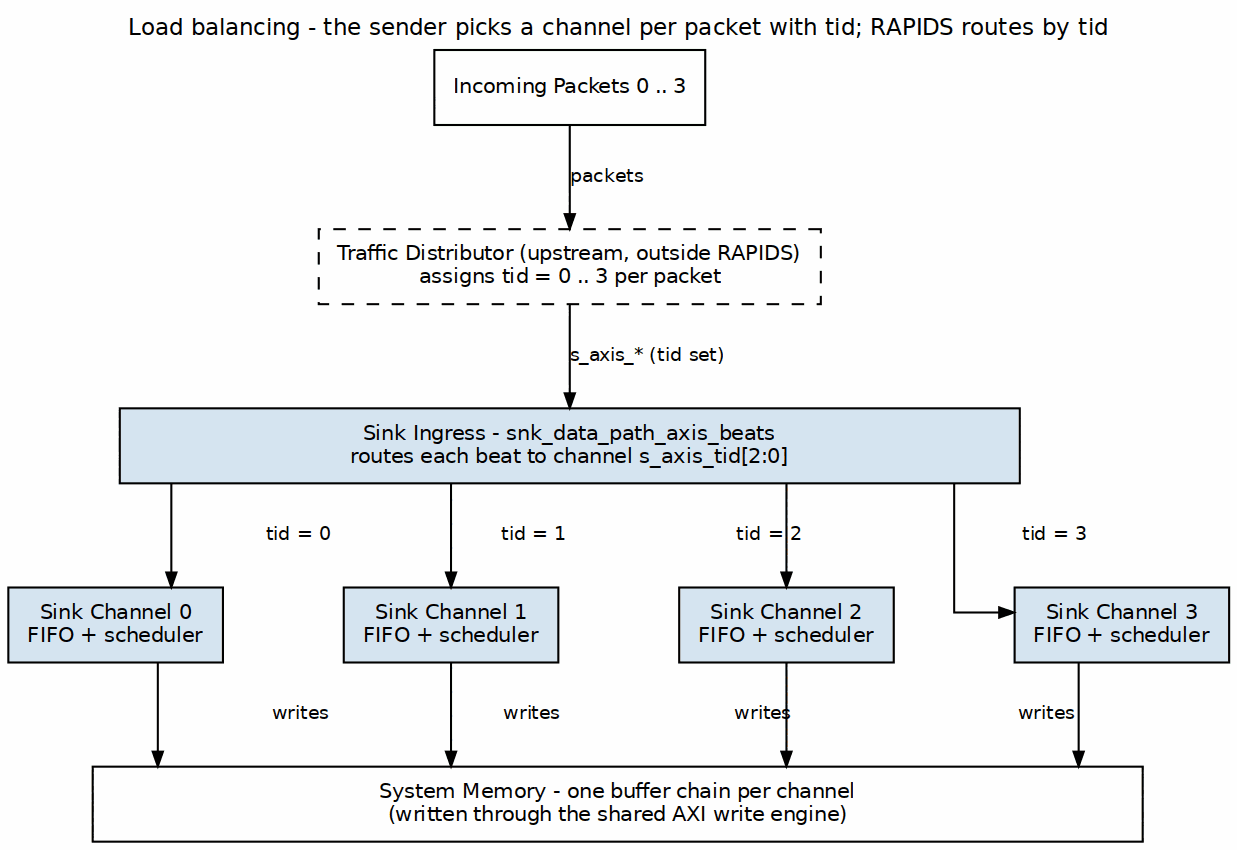
Earlier version of the Graphviz export projects/components/dma-ip/rapids/docs/rapids_beats_has/assets/graphviz/ch04_load_balancing.png (sean-galloway/RTLDesignSherpa). Its source is kept beside it as projects/components/dma-ip/rapids/docs/rapids_beats_has/assets/graphviz/ch04_load_balancing.dot. Source of this version:
```dot
digraph rapids_beats_load_balancing {
    graph [rankdir=TB, bgcolor="white", fontname="Helvetica", fontsize=11,
           nodesep="0.40", ranksep="0.55", splines=ortho,
           label="Load balancing - the sender picks a channel per packet with tid; RAPIDS routes by tid",
           labelloc=t, labeljust=c];
    node  [fontname="Helvetica", fontsize=10, shape=box, style=filled,
           fillcolor="#D6E4F0", color="black", margin="0.12,0.06"];
    edge  [fontname="Helvetica", fontsize=9, color="black", arrowsize=0.7];

    pkts [label="Incoming Packets 0 .. 3", fillcolor="white"];
    dist [label="Traffic Distributor (upstream, outside RAPIDS)\nassigns tid = 0 .. 3 per packet", fillcolor="white", style="filled,dashed"];
    ing  [label="Sink Ingress - snk_data_path_axis_beats\nroutes each beat to channel s_axis_tid[2:0]", width=6.0];
    c0 [label="Sink Channel 0\nFIFO + scheduler"];
    c1 [label="Sink Channel 1\nFIFO + scheduler"];
    c2 [label="Sink Channel 2\nFIFO + scheduler"];
    c3 [label="Sink Channel 3\nFIFO + scheduler"];
    mem [label="System Memory - one buffer chain per channel\n(written through the shared AXI write engine)", fillcolor="white", width=7.0];

    pkts -> dist [label="packets"];
    dist -> ing  [label="s_axis_* (tid set)"];
    ing -> c0 [label="tid = 0"];
    ing -> c1 [label="tid = 1"];
    ing -> c2 [label="tid = 2"];
    ing -> c3 [label="tid = 3"];
    c0 -> mem [label="writes"];
    c1 -> mem [label="writes"];
    c2 -> mem [label="writes"];
    c3 -> mem [label="writes"];
    { rank=same; c0; c1; c2; c3; }
    c0 -> c1 -> c2 -> c3 [style=invis];
}
```
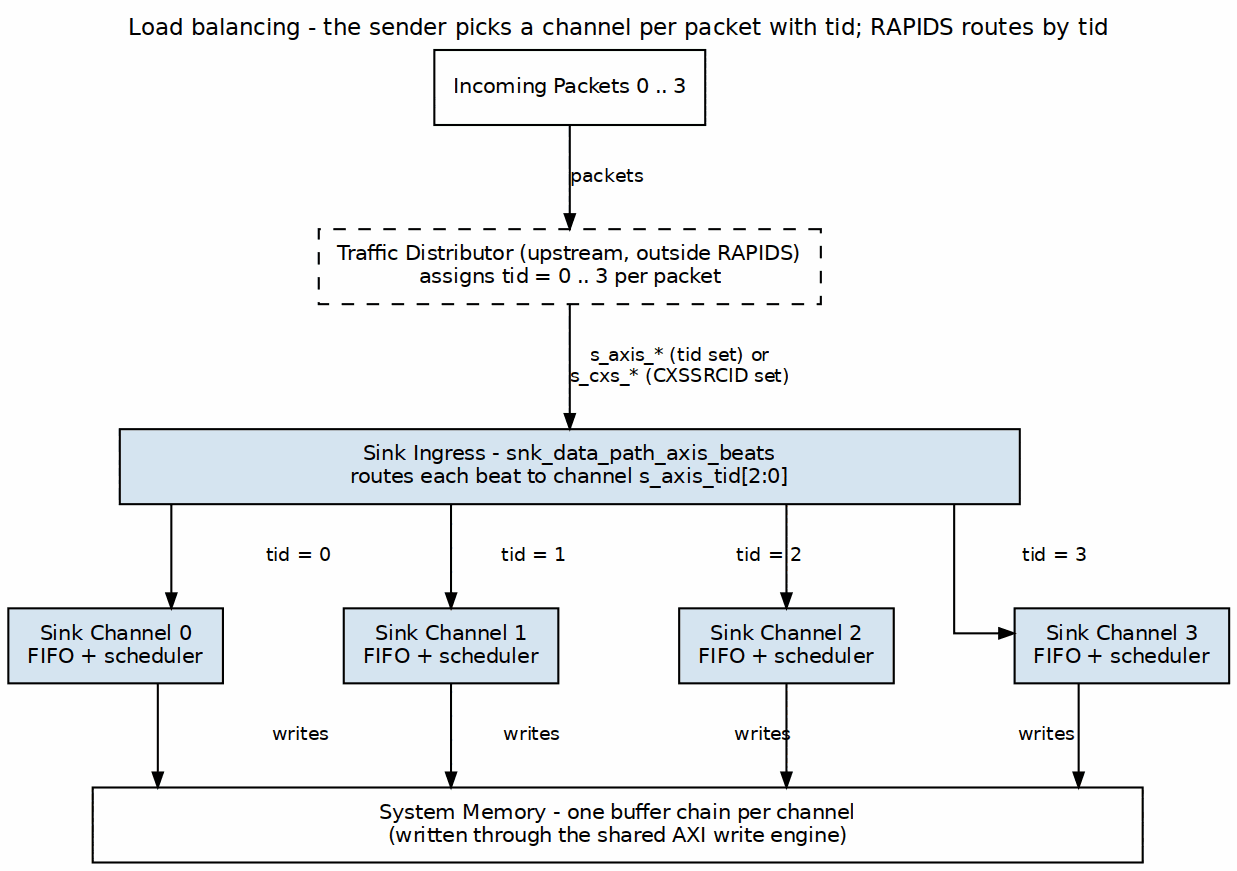
The same file after the commit.

The edit, as a diff of the source:
```diff
@@ -17,7 +17,7 @@
     mem [label="System Memory - one buffer chain per channel\n(written through the shared AXI write engine)", fillcolor="white", width=7.0];
 
     pkts -> dist [label="packets"];
-    dist -> ing  [label="s_axis_* (tid set)"];
+    dist -> ing  [label="s_axis_* (tid set) or\ns_cxs_* (CXSSRCID set)"];
     ing -> c0 [label="tid = 0"];
     ing -> c1 [label="tid = 1"];
     ing -> c2 [label="tid = 2"];
```
